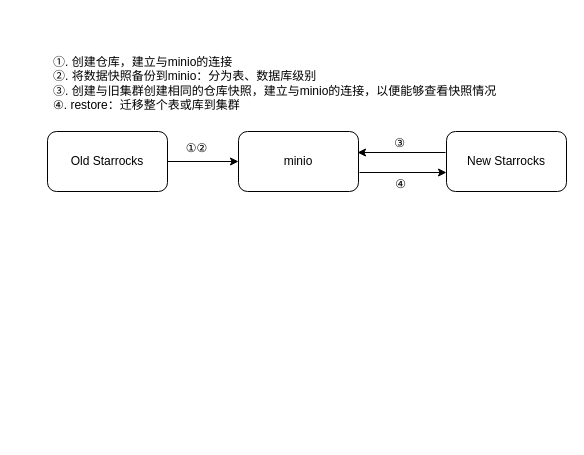
This is Starrocks数据迁移到新集群.drawio from david-gao1/diagrams, a draw.io file, before an edit. Source tidied: cells renumbered, new cells numbered last; positions are measured from the earlier drawing's top-left corner, leaving out a move shared by most shapes. Both pictures are drawn from the tidied source at 100%, with x=0, y=0 at pixel (47, 48).
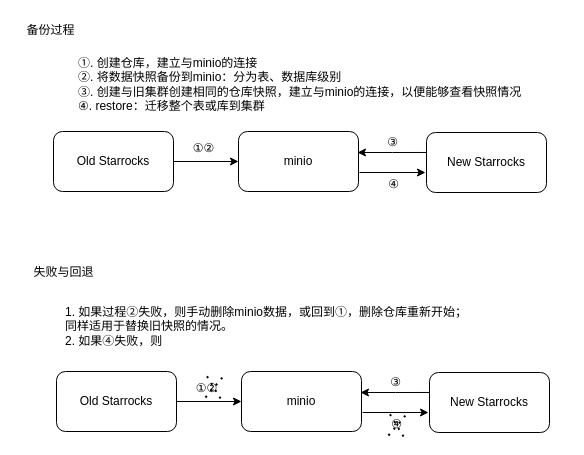
The same diagram, later.

Commit message (it also covers changes not shown here):
更新Starrocks数据迁移到新集群.drawio

Diff of the diagram source:
```diff
@@
     <mxCell id="3" value="Old Starrocks" style="rounded=1;whiteSpace=wrap;html=1;" parent="1" vertex="1">
-      <mxGeometry y="83" width="120" height="60" as="geometry" />
+      <mxGeometry x="6" y="83" width="120" height="60" as="geometry" />
     </mxCell>
-    <mxCell id="4" style="edgeStyle=orthogonalEdgeStyle;rounded=0;orthogonalLoop=1;jettySize=auto;html=1;entryX=1;entryY=0.5;entryDx=0;entryDy=0;" parent="1" edge="1">
+    <mxCell id="4" style="edgeStyle=orthogonalEdgeStyle;rounded=0;jettySize=auto;html=1;entryX=1;entryY=0.5;entryDx=0;entryDy=0;exitX=0;exitY=0.333;exitDx=0;exitDy=0;exitPerimeter=0;" parent="1" edge="1" source="5">
       <mxGeometry relative="1" as="geometry">
-        <mxPoint x="398" y="104" as="sourcePoint" />
         <mxPoint x="310" y="104" as="targetPoint" />
       </mxGeometry>
     </mxCell>
     <mxCell id="5" value="New Starrocks" style="rounded=1;whiteSpace=wrap;html=1;" parent="1" vertex="1">
-      <mxGeometry x="399" y="83" width="120" height="60" as="geometry" />
+      <mxGeometry x="379" y="84" width="120" height="60" as="geometry" />
     </mxCell>
@@
     <mxCell id="7" value="①. 创建仓库，建立与minio的连接&lt;br&gt;②. 将数据快照备份到minio：分为表、数据库级别&lt;br&gt;③. 创建与旧集群创建相同的仓库快照，建立与minio的连接，以便能够查看快照情况&lt;br style=&quot;border-color: var(--border-color);&quot;&gt;④. restore：迁移整个表或库到集群" style="text;html=1;align=left;verticalAlign=middle;strokeColor=none;fillColor=none;" parent="1" vertex="1">
-      <mxGeometry x="4" width="461" height="70" as="geometry" />
+      <mxGeometry x="29" y="1" width="461" height="70" as="geometry" />
     </mxCell>
     <mxCell id="8" value="①②" style="text;html=1;align=center;verticalAlign=middle;strokeColor=none;fillColor=none;" parent="1" vertex="1">
-      <mxGeometry x="128" y="87" width="42" height="26" as="geometry" />
+      <mxGeometry x="135" y="87" width="42" height="26" as="geometry" />
     </mxCell>
-    <mxCell id="9" style="endArrow=classic;html=1;rounded=0;entryX=0;entryY=0.25;entryDx=0;entryDy=0;" parent="1" edge="1">
+    <mxCell id="9" style="endArrow=classic;html=1;rounded=0;" parent="1" edge="1">
       <mxGeometry relative="1" as="geometry">
         <mxPoint x="312" y="124" as="sourcePoint" />
-        <mxPoint x="399" y="124" as="targetPoint" />
+        <mxPoint x="378" y="124" as="targetPoint" />
       </mxGeometry>
     </mxCell>
     <mxCell id="10" value="③" style="text;html=1;align=center;verticalAlign=middle;strokeColor=none;fillColor=none;" parent="1" vertex="1">
-      <mxGeometry x="337" y="82" width="30" height="26" as="geometry" />
+      <mxGeometry x="330" y="81" width="30" height="26" as="geometry" />
     </mxCell>
     <mxCell id="11" value="④" style="text;html=1;align=center;verticalAlign=middle;strokeColor=none;fillColor=none;" parent="1" vertex="1">
-      <mxGeometry x="338" y="123" width="30" height="26" as="geometry" />
+      <mxGeometry x="331" y="123" width="30" height="26" as="geometry" />
     </mxCell>
+    <mxCell id="12" style="edgeStyle=orthogonalEdgeStyle;rounded=0;jettySize=auto;html=1;entryX=0;entryY=0.5;entryDx=0;entryDy=0;" parent="1" edge="1" source="13" target="16">
+      <mxGeometry relative="1" as="geometry" />
+    </mxCell>
+    <mxCell id="13" value="Old Starrocks" style="rounded=1;whiteSpace=wrap;html=1;" parent="1" vertex="1">
+      <mxGeometry x="9" y="323" width="120" height="60" as="geometry" />
+    </mxCell>
+    <mxCell id="14" style="edgeStyle=orthogonalEdgeStyle;rounded=0;jettySize=auto;html=1;entryX=1;entryY=0.5;entryDx=0;entryDy=0;exitX=0;exitY=0.333;exitDx=0;exitDy=0;exitPerimeter=0;" parent="1" edge="1" source="15">
+      <mxGeometry relative="1" as="geometry">
+        <mxPoint x="313" y="344" as="targetPoint" />
+      </mxGeometry>
+    </mxCell>
+    <mxCell id="15" value="New Starrocks" style="rounded=1;whiteSpace=wrap;html=1;" parent="1" vertex="1">
+      <mxGeometry x="382" y="324" width="120" height="60" as="geometry" />
+    </mxCell>
+    <mxCell id="16" value="minio" style="rounded=1;whiteSpace=wrap;html=1;" parent="1" vertex="1">
+      <mxGeometry x="194" y="323" width="120" height="60" as="geometry" />
+    </mxCell>
+    <mxCell id="17" value="1. 如果过程②失败，则手动删除minio数据，或回到①，删除仓库重新开始；&lt;br&gt;同样适用于替换旧快照的情况。&lt;br style=&quot;border-color: var(--border-color);&quot;&gt;2. 如果④失败，则" style="text;html=1;align=left;verticalAlign=middle;strokeColor=none;fillColor=none;" parent="1" vertex="1">
+      <mxGeometry x="16" y="250" width="420" height="55" as="geometry" />
+    </mxCell>
+    <mxCell id="18" value="①②" style="text;html=1;align=center;verticalAlign=middle;points=[];strokeColor=none;fillColor=none;" parent="1" vertex="1">
+      <mxGeometry x="138" y="327" width="42" height="26" as="geometry" />
+    </mxCell>
+    <mxCell id="19" style="endArrow=classic;html=1;rounded=0;" parent="1" edge="1">
+      <mxGeometry relative="1" as="geometry">
+        <mxPoint x="315" y="364" as="sourcePoint" />
+        <mxPoint x="381" y="364" as="targetPoint" />
+      </mxGeometry>
+    </mxCell>
+    <mxCell id="20" value="③" style="text;html=1;align=center;verticalAlign=middle;strokeColor=none;fillColor=none;" parent="1" vertex="1">
+      <mxGeometry x="333" y="321" width="30" height="26" as="geometry" />
+    </mxCell>
+    <mxCell id="21" value="④" style="text;html=1;align=center;verticalAlign=middle;strokeColor=none;fillColor=none;" parent="1" vertex="1">
+      <mxGeometry x="334" y="363" width="30" height="26" as="geometry" />
+    </mxCell>
+    <mxCell id="22" style="endArrow=none;dashed=1;html=1;dashPattern=1 3;strokeWidth=2;rounded=0;entryX=0.888;entryY=0.06;entryDx=0;entryDy=0;entryPerimeter=0;" parent="1" edge="1" target="18">
+      <mxGeometry relative="1" as="geometry">
+        <mxPoint x="158" y="349" as="sourcePoint" />
+      </mxGeometry>
+    </mxCell>
+    <mxCell id="23" style="endArrow=none;dashed=1;html=1;dashPattern=1 3;strokeWidth=2;rounded=0;" parent="1" edge="1">
+      <mxGeometry relative="1" as="geometry">
+        <mxPoint x="173" y="350" as="sourcePoint" />
+        <mxPoint x="159" y="327" as="targetPoint" />
+      </mxGeometry>
+    </mxCell>
+    <mxCell id="24" value="备份过程" style="text;html=1;align=center;verticalAlign=middle;strokeColor=none;fillColor=none;" parent="1" vertex="1">
+      <mxGeometry x="-30" y="-31" width="66" height="26" as="geometry" />
+    </mxCell>
+    <mxCell id="25" value="失败与回退" style="text;html=1;align=center;verticalAlign=middle;strokeColor=none;fillColor=none;" parent="1" vertex="1">
+      <mxGeometry x="-23" y="211" width="78" height="26" as="geometry" />
+    </mxCell>
+    <mxCell id="26" style="endArrow=none;dashed=1;html=1;dashPattern=1 3;strokeWidth=2;rounded=0;entryX=0.888;entryY=0.06;entryDx=0;entryDy=0;entryPerimeter=0;" parent="1" edge="1">
+      <mxGeometry relative="1" as="geometry">
+        <mxPoint x="341" y="387" as="sourcePoint" />
+        <mxPoint x="358" y="367" as="targetPoint" />
+      </mxGeometry>
+    </mxCell>
+    <mxCell id="27" style="endArrow=none;dashed=1;html=1;dashPattern=1 3;strokeWidth=2;rounded=0;" parent="1" edge="1">
+      <mxGeometry relative="1" as="geometry">
+        <mxPoint x="356" y="388" as="sourcePoint" />
+        <mxPoint x="342" y="365" as="targetPoint" />
+      </mxGeometry>
+    </mxCell>
```
